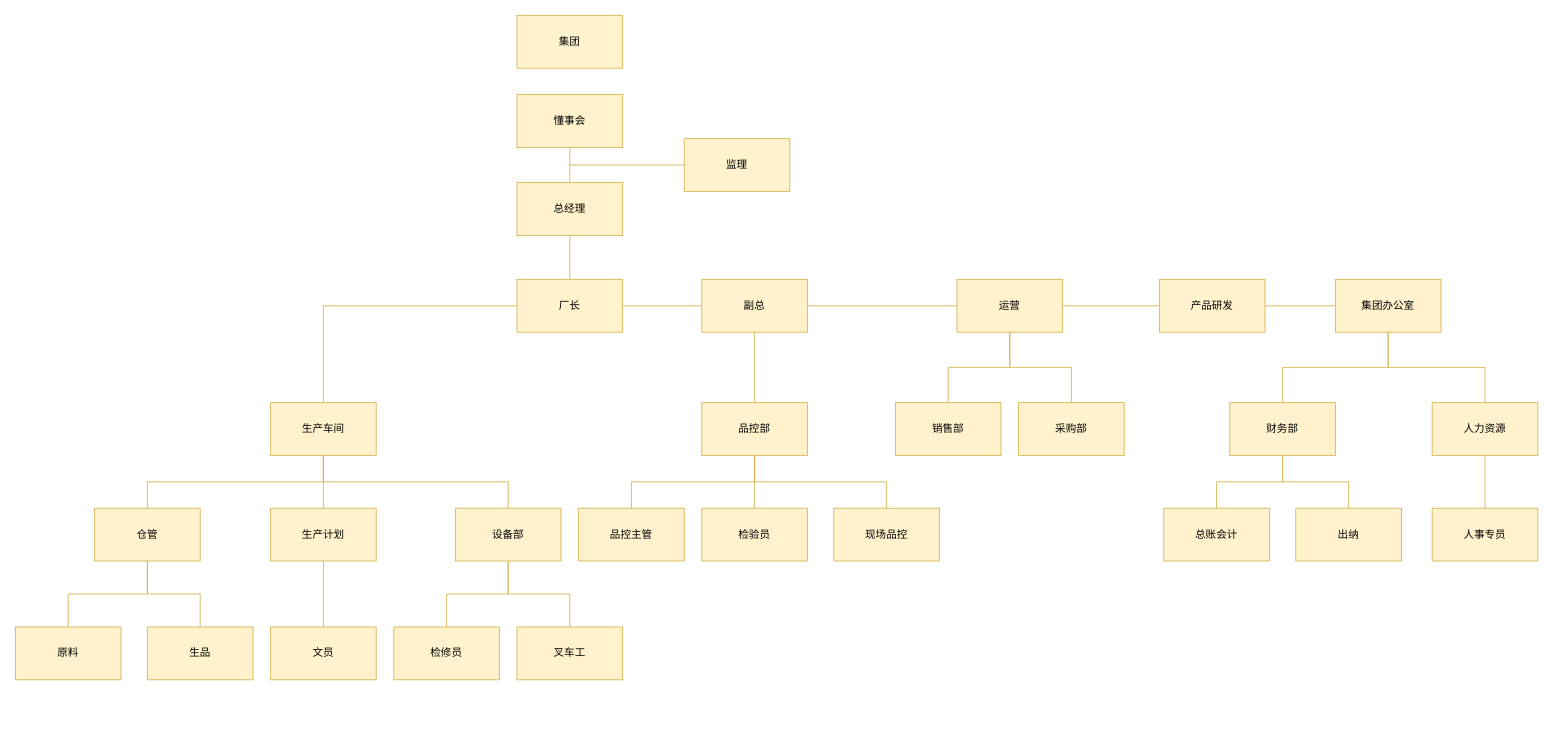
Earlier version of the draw.io diagram 公司架构.drawio (fourdsmart-weather/fourdsmart-weather-airquality). Source tidied: cells renumbered, new cells numbered last; positions are measured from the earlier drawing's top-left corner, leaving out a move shared by most shapes. Both pictures are drawn from the tidied source at 88%, with x=0, y=0 at pixel (15, 15).
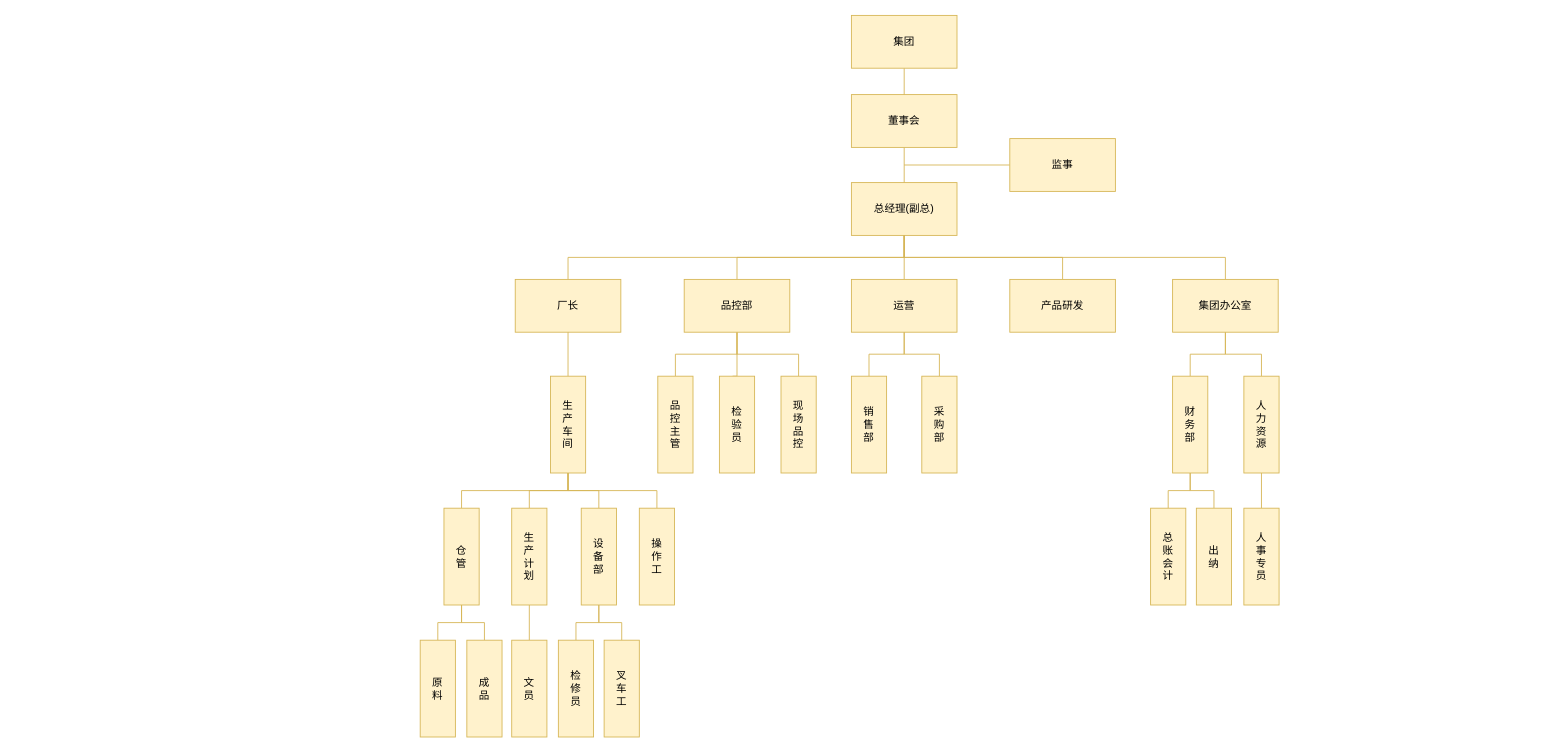
The same diagram, later.

Commit message:
更新公司架构.drawio

The edit, as a diff of the source:
```diff
@@
-    <mxCell id="3" value="总经理" style="rounded=0;whiteSpace=wrap;html=1;fillColor=#fff2cc;strokeColor=#d6b656;" parent="1" vertex="1">
-      <mxGeometry x="570" y="190" width="120" height="60" as="geometry" />
+    <mxCell id="3" value="总经理(副总)" style="rounded=0;whiteSpace=wrap;html=1;fillColor=#fff2cc;strokeColor=#d6b656;" parent="1" vertex="1">
+      <mxGeometry x="950" y="190" width="120" height="60" as="geometry" />
     </mxCell>
-    <mxCell id="4" style="edgeStyle=orthogonalEdgeStyle;rounded=0;jettySize=auto;html=1;fillColor=#fff2cc;strokeColor=#d6b656;endArrow=none;endFill=0;startArrow=none;" parent="1" edge="1" source="57" target="9">
-      <mxGeometry relative="1" as="geometry" />
-    </mxCell>
-    <mxCell id="5" style="edgeStyle=orthogonalEdgeStyle;rounded=0;jettySize=auto;html=1;exitX=0.5;exitY=1;exitDx=0;exitDy=0;entryX=0.5;entryY=0;entryDx=0;entryDy=0;fillColor=#fff2cc;strokeColor=#d6b656;endArrow=none;endFill=0;" parent="1" edge="1" source="57" target="23">
+    <mxCell id="5" style="edgeStyle=orthogonalEdgeStyle;rounded=0;jettySize=auto;html=1;exitX=0.5;exitY=1;exitDx=0;exitDy=0;entryX=0.5;entryY=0;entryDx=0;entryDy=0;fillColor=#fff2cc;strokeColor=#d6b656;endArrow=none;endFill=0;" parent="1" edge="1" source="57" target="46">
       <mxGeometry relative="1" as="geometry" />
     </mxCell>
     <mxCell id="6" value="厂长" style="rounded=0;whiteSpace=wrap;html=1;fillColor=#fff2cc;strokeColor=#d6b656;" parent="1" vertex="1">
-      <mxGeometry x="570" y="300" width="120" height="60" as="geometry" />
+      <mxGeometry x="568" y="300" width="120" height="60" as="geometry" />
     </mxCell>
-    <mxCell id="7" style="edgeStyle=orthogonalEdgeStyle;rounded=0;jettySize=auto;html=1;fillColor=#fff2cc;strokeColor=#d6b656;endArrow=none;endFill=0;" parent="1" edge="1" source="9" target="13">
-      <mxGeometry relative="1" as="geometry" />
-    </mxCell>
@@
+    <mxCell id="58" style="edgeStyle=orthogonalEdgeStyle;rounded=0;jettySize=auto;html=1;exitX=0.5;exitY=0;exitDx=0;exitDy=0;entryX=0.5;entryY=1;entryDx=0;entryDy=0;endArrow=none;endFill=0;fillColor=#fff2cc;strokeColor=#d6b656;" parent="1" edge="1" source="9" target="3">
+      <mxGeometry relative="1" as="geometry" />
+    </mxCell>
     <mxCell id="9" value="运营" style="rounded=0;whiteSpace=wrap;html=1;fillColor=#fff2cc;strokeColor=#d6b656;" parent="1" vertex="1">
-      <mxGeometry x="1070" y="300" width="120" height="60" as="geometry" />
+      <mxGeometry x="950" y="300" width="120" height="60" as="geometry" />
     </mxCell>
@@
-    <mxCell id="11" value="懂事会" style="rounded=0;whiteSpace=wrap;html=1;fillColor=#fff2cc;strokeColor=#d6b656;" parent="1" vertex="1">
-      <mxGeometry x="570" y="90" width="120" height="60" as="geometry" />
+    <mxCell id="11" value="董事会" style="rounded=0;whiteSpace=wrap;html=1;fillColor=#fff2cc;strokeColor=#d6b656;" parent="1" vertex="1">
+      <mxGeometry x="950" y="90" width="120" height="60" as="geometry" />
     </mxCell>
-    <mxCell id="12" style="edgeStyle=orthogonalEdgeStyle;rounded=0;jettySize=auto;html=1;fillColor=#fff2cc;strokeColor=#d6b656;endArrow=none;endFill=0;" parent="1" edge="1" source="13" target="16">
-      <mxGeometry relative="1" as="geometry" />
-    </mxCell>
+    <mxCell id="59" style="edgeStyle=orthogonalEdgeStyle;rounded=0;jettySize=auto;html=1;exitX=0.5;exitY=0;exitDx=0;exitDy=0;entryX=0.5;entryY=1;entryDx=0;entryDy=0;endArrow=none;endFill=0;fillColor=#fff2cc;strokeColor=#d6b656;" parent="1" edge="1" source="13" target="3">
+      <mxGeometry relative="1" as="geometry" />
+    </mxCell>
     <mxCell id="13" value="产品研发" style="rounded=0;whiteSpace=wrap;html=1;fillColor=#fff2cc;strokeColor=#d6b656;" parent="1" vertex="1">
-      <mxGeometry x="1300" y="300" width="120" height="60" as="geometry" />
+      <mxGeometry x="1130" y="300" width="120" height="60" as="geometry" />
     </mxCell>
@@
+    <mxCell id="60" style="edgeStyle=orthogonalEdgeStyle;rounded=0;jettySize=auto;html=1;exitX=0.5;exitY=0;exitDx=0;exitDy=0;endArrow=none;endFill=0;entryX=0.5;entryY=1;entryDx=0;entryDy=0;fillColor=#fff2cc;strokeColor=#d6b656;" parent="1" edge="1" source="16" target="3">
+      <mxGeometry relative="1" as="geometry" />
+    </mxCell>
     <mxCell id="16" value="集团办公室" style="rounded=0;whiteSpace=wrap;html=1;fillColor=#fff2cc;strokeColor=#d6b656;" parent="1" vertex="1">
-      <mxGeometry x="1500" y="300" width="120" height="60" as="geometry" />
+      <mxGeometry x="1315" y="300" width="120" height="60" as="geometry" />
     </mxCell>
-    <mxCell id="17" value="销售部" style="rounded=0;whiteSpace=wrap;html=1;fillColor=#fff2cc;strokeColor=#d6b656;" parent="1" vertex="1">
-      <mxGeometry x="1000" y="440" width="120" height="60" as="geometry" />
+    <mxCell id="17" value="销&lt;br&gt;售&lt;br&gt;部" style="rounded=0;whiteSpace=wrap;html=1;fillColor=#fff2cc;strokeColor=#d6b656;" parent="1" vertex="1">
+      <mxGeometry x="950" y="410" width="40" height="110" as="geometry" />
     </mxCell>
@@
-    <mxCell id="19" value="采购部" style="rounded=0;whiteSpace=wrap;html=1;fillColor=#fff2cc;strokeColor=#d6b656;" parent="1" vertex="1">
-      <mxGeometry x="1140" y="440" width="120" height="60" as="geometry" />
+    <mxCell id="19" value="采&lt;br&gt;购&lt;br&gt;部" style="rounded=0;whiteSpace=wrap;html=1;fillColor=#fff2cc;strokeColor=#d6b656;" parent="1" vertex="1">
+      <mxGeometry x="1030" y="410" width="40" height="110" as="geometry" />
     </mxCell>
-    <mxCell id="20" style="edgeStyle=orthogonalEdgeStyle;rounded=0;jettySize=auto;html=1;exitX=0.5;exitY=1;exitDx=0;exitDy=0;entryX=0.5;entryY=0;entryDx=0;entryDy=0;fillColor=#fff2cc;strokeColor=#d6b656;endArrow=none;endFill=0;" parent="1" edge="1" source="23" target="37">
-      <mxGeometry relative="1" as="geometry" />
-    </mxCell>
-    <mxCell id="21" style="edgeStyle=orthogonalEdgeStyle;rounded=0;jettySize=auto;html=1;exitX=0.5;exitY=1;exitDx=0;exitDy=0;entryX=0.5;entryY=0;entryDx=0;entryDy=0;fillColor=#fff2cc;strokeColor=#d6b656;endArrow=none;endFill=0;" parent="1" edge="1" source="23" target="46">
-      <mxGeometry relative="1" as="geometry" />
+    <mxCell id="21" style="edgeStyle=orthogonalEdgeStyle;rounded=0;jettySize=auto;html=1;exitX=0.5;exitY=1;exitDx=0;exitDy=0;entryX=0.5;entryY=0;entryDx=0;entryDy=0;fillColor=#fff2cc;strokeColor=#d6b656;endArrow=none;endFill=0;" parent="1" edge="1" target="46">
+      <mxGeometry relative="1" as="geometry">
+        <mxPoint x="815" y="410" as="sourcePoint" />
+      </mxGeometry>
     </mxCell>
-    <mxCell id="22" style="edgeStyle=orthogonalEdgeStyle;rounded=0;jettySize=auto;html=1;exitX=0.5;exitY=1;exitDx=0;exitDy=0;entryX=0.5;entryY=0;entryDx=0;entryDy=0;fillColor=#fff2cc;strokeColor=#d6b656;endArrow=none;endFill=0;" parent="1" edge="1" source="23" target="47">
-      <mxGeometry relative="1" as="geometry" />
-    </mxCell>
-    <mxCell id="23" value="品控部" style="rounded=0;whiteSpace=wrap;html=1;fillColor=#fff2cc;strokeColor=#d6b656;" parent="1" vertex="1">
-      <mxGeometry x="780" y="440" width="120" height="60" as="geometry" />
-    </mxCell>
@@
-    <mxCell id="27" style="edgeStyle=orthogonalEdgeStyle;rounded=0;jettySize=auto;html=1;exitX=0.5;exitY=0;exitDx=0;exitDy=0;entryX=0;entryY=0.5;entryDx=0;entryDy=0;endArrow=none;endFill=0;fillColor=#fff2cc;strokeColor=#d6b656;" parent="1" edge="1" source="28" target="6">
+    <mxCell id="27" style="edgeStyle=orthogonalEdgeStyle;rounded=0;jettySize=auto;html=1;exitX=0.5;exitY=0;exitDx=0;exitDy=0;entryX=0.5;entryY=1;entryDx=0;entryDy=0;endArrow=none;endFill=0;fillColor=#fff2cc;strokeColor=#d6b656;" parent="1" edge="1" source="28" target="6">
       <mxGeometry relative="1" as="geometry" />
     </mxCell>
-    <mxCell id="28" value="生产车间" style="rounded=0;whiteSpace=wrap;html=1;fillColor=#fff2cc;strokeColor=#d6b656;" parent="1" vertex="1">
-      <mxGeometry x="290" y="440" width="120" height="60" as="geometry" />
+    <mxCell id="28" value="生&lt;br&gt;产&lt;br&gt;车&lt;br&gt;间" style="rounded=0;whiteSpace=wrap;html=1;fillColor=#fff2cc;strokeColor=#d6b656;" parent="1" vertex="1">
+      <mxGeometry x="608" y="410" width="40" height="110" as="geometry" />
     </mxCell>
@@
-    <mxCell id="31" value="仓管" style="rounded=0;whiteSpace=wrap;html=1;fillColor=#fff2cc;strokeColor=#d6b656;" parent="1" vertex="1">
-      <mxGeometry x="90" y="560" width="120" height="60" as="geometry" />
+    <mxCell id="31" value="仓&lt;br&gt;管" style="rounded=0;whiteSpace=wrap;html=1;fillColor=#fff2cc;strokeColor=#d6b656;" parent="1" vertex="1">
+      <mxGeometry x="487" y="560" width="40" height="110" as="geometry" />
     </mxCell>
@@
-    <mxCell id="33" value="生产计划" style="rounded=0;whiteSpace=wrap;html=1;fillColor=#fff2cc;strokeColor=#d6b656;" parent="1" vertex="1">
-      <mxGeometry x="290" y="560" width="120" height="60" as="geometry" />
+    <mxCell id="33" value="生&lt;br&gt;产&lt;br&gt;计&lt;br&gt;划" style="rounded=0;whiteSpace=wrap;html=1;fillColor=#fff2cc;strokeColor=#d6b656;" parent="1" vertex="1">
+      <mxGeometry x="564" y="560" width="40" height="110" as="geometry" />
     </mxCell>
@@
-    <mxCell id="36" value="设备部" style="rounded=0;whiteSpace=wrap;html=1;fillColor=#fff2cc;strokeColor=#d6b656;" parent="1" vertex="1">
-      <mxGeometry x="500" y="560" width="120" height="60" as="geometry" />
+    <mxCell id="36" value="设&lt;br&gt;备&lt;br&gt;部" style="rounded=0;whiteSpace=wrap;html=1;fillColor=#fff2cc;strokeColor=#d6b656;" parent="1" vertex="1">
+      <mxGeometry x="643" y="560" width="40" height="110" as="geometry" />
     </mxCell>
+    <mxCell id="61" style="edgeStyle=orthogonalEdgeStyle;rounded=0;jettySize=auto;html=1;exitX=0.5;exitY=0;exitDx=0;exitDy=0;entryX=0.5;entryY=1;entryDx=0;entryDy=0;fillColor=#fff2cc;strokeColor=#d6b656;endArrow=none;endFill=0;" parent="1" edge="1" source="37" target="57">
+      <mxGeometry relative="1" as="geometry" />
+    </mxCell>
-    <mxCell id="37" value="品控主管" style="rounded=0;whiteSpace=wrap;html=1;fillColor=#fff2cc;strokeColor=#d6b656;" parent="1" vertex="1">
-      <mxGeometry x="640" y="560" width="120" height="60" as="geometry" />
+    <mxCell id="37" value="品&lt;br&gt;控&lt;br&gt;主&lt;br&gt;管" style="rounded=0;whiteSpace=wrap;html=1;fillColor=#fff2cc;strokeColor=#d6b656;" parent="1" vertex="1">
+      <mxGeometry x="730" y="410" width="40" height="110" as="geometry" />
     </mxCell>
@@
-    <mxCell id="39" value="人力资源" style="rounded=0;whiteSpace=wrap;html=1;fillColor=#fff2cc;strokeColor=#d6b656;" parent="1" vertex="1">
-      <mxGeometry x="1610" y="440" width="120" height="60" as="geometry" />
+    <mxCell id="39" value="人&lt;br&gt;力&lt;br&gt;资&lt;br&gt;源" style="rounded=0;whiteSpace=wrap;html=1;fillColor=#fff2cc;strokeColor=#d6b656;" parent="1" vertex="1">
+      <mxGeometry x="1396" y="410" width="40" height="110" as="geometry" />
     </mxCell>
@@
-    <mxCell id="42" value="财务部" style="rounded=0;whiteSpace=wrap;html=1;fillColor=#fff2cc;strokeColor=#d6b656;" parent="1" vertex="1">
-      <mxGeometry x="1380" y="440" width="120" height="60" as="geometry" />
+    <mxCell id="42" value="财&lt;br&gt;务&lt;br&gt;部" style="rounded=0;whiteSpace=wrap;html=1;fillColor=#fff2cc;strokeColor=#d6b656;" parent="1" vertex="1">
+      <mxGeometry x="1315" y="410" width="40" height="110" as="geometry" />
     </mxCell>
-    <mxCell id="43" value="总账会计" style="rounded=0;whiteSpace=wrap;html=1;fillColor=#fff2cc;strokeColor=#d6b656;" parent="1" vertex="1">
-      <mxGeometry x="1305" y="560" width="120" height="60" as="geometry" />
+    <mxCell id="43" value="总&lt;br&gt;账&lt;br&gt;会&lt;br&gt;计" style="rounded=0;whiteSpace=wrap;html=1;fillColor=#fff2cc;strokeColor=#d6b656;" parent="1" vertex="1">
+      <mxGeometry x="1290" y="560" width="40" height="110" as="geometry" />
     </mxCell>
-    <mxCell id="44" value="出纳" style="rounded=0;whiteSpace=wrap;html=1;fillColor=#fff2cc;strokeColor=#d6b656;" parent="1" vertex="1">
-      <mxGeometry x="1455" y="560" width="120" height="60" as="geometry" />
+    <mxCell id="44" value="出&lt;br&gt;纳" style="rounded=0;whiteSpace=wrap;html=1;fillColor=#fff2cc;strokeColor=#d6b656;" parent="1" vertex="1">
+      <mxGeometry x="1342" y="560" width="40" height="110" as="geometry" />
     </mxCell>
-    <mxCell id="45" value="人事专员" style="rounded=0;whiteSpace=wrap;html=1;fillColor=#fff2cc;strokeColor=#d6b656;" parent="1" vertex="1">
-      <mxGeometry x="1610" y="560" width="120" height="60" as="geometry" />
+    <mxCell id="45" value="人&lt;br&gt;事&lt;br&gt;专&lt;br&gt;员" style="rounded=0;whiteSpace=wrap;html=1;fillColor=#fff2cc;strokeColor=#d6b656;" parent="1" vertex="1">
+      <mxGeometry x="1396" y="560" width="40" height="110" as="geometry" />
     </mxCell>
-    <mxCell id="46" value="检验员" style="rounded=0;whiteSpace=wrap;html=1;fillColor=#fff2cc;strokeColor=#d6b656;" parent="1" vertex="1">
-      <mxGeometry x="780" y="560" width="120" height="60" as="geometry" />
+    <mxCell id="46" value="检&lt;br&gt;验&lt;br&gt;员" style="rounded=0;whiteSpace=wrap;html=1;fillColor=#fff2cc;strokeColor=#d6b656;" parent="1" vertex="1">
+      <mxGeometry x="800" y="410" width="40" height="110" as="geometry" />
     </mxCell>
+    <mxCell id="62" style="edgeStyle=orthogonalEdgeStyle;rounded=0;jettySize=auto;html=1;exitX=0.5;exitY=0;exitDx=0;exitDy=0;entryX=0.5;entryY=1;entryDx=0;entryDy=0;fillColor=#fff2cc;strokeColor=#d6b656;endArrow=none;endFill=0;" parent="1" edge="1" source="47" target="57">
+      <mxGeometry relative="1" as="geometry" />
+    </mxCell>
-    <mxCell id="47" value="现场品控" style="rounded=0;whiteSpace=wrap;html=1;fillColor=#fff2cc;strokeColor=#d6b656;" parent="1" vertex="1">
-      <mxGeometry x="930" y="560" width="120" height="60" as="geometry" />
+    <mxCell id="47" value="现&lt;br&gt;场&lt;br&gt;品&lt;br&gt;控" style="rounded=0;whiteSpace=wrap;html=1;fillColor=#fff2cc;strokeColor=#d6b656;" parent="1" vertex="1">
+      <mxGeometry x="870" y="410" width="40" height="110" as="geometry" />
     </mxCell>
-    <mxCell id="48" value="原料" style="rounded=0;whiteSpace=wrap;html=1;fillColor=#fff2cc;strokeColor=#d6b656;" parent="1" vertex="1">
-      <mxGeometry y="695" width="120" height="60" as="geometry" />
+    <mxCell id="48" value="原&lt;br&gt;料" style="rounded=0;whiteSpace=wrap;html=1;fillColor=#fff2cc;strokeColor=#d6b656;align=center;verticalAlign=middle;" parent="1" vertex="1">
+      <mxGeometry x="460" y="710" width="40" height="110" as="geometry" />
     </mxCell>
-    <mxCell id="49" value="生品" style="rounded=0;whiteSpace=wrap;html=1;fillColor=#fff2cc;strokeColor=#d6b656;" parent="1" vertex="1">
-      <mxGeometry x="150" y="695" width="120" height="60" as="geometry" />
+    <mxCell id="49" value="成&lt;br&gt;品" style="rounded=0;whiteSpace=wrap;html=1;fillColor=#fff2cc;strokeColor=#d6b656;align=center;verticalAlign=middle;" parent="1" vertex="1">
+      <mxGeometry x="513" y="710" width="40" height="110" as="geometry" />
     </mxCell>
-    <mxCell id="50" value="文员" style="rounded=0;whiteSpace=wrap;html=1;fillColor=#fff2cc;strokeColor=#d6b656;" parent="1" vertex="1">
-      <mxGeometry x="290" y="695" width="120" height="60" as="geometry" />
+    <mxCell id="50" value="文&lt;br&gt;员" style="rounded=0;whiteSpace=wrap;html=1;fillColor=#fff2cc;strokeColor=#d6b656;align=center;verticalAlign=middle;" parent="1" vertex="1">
+      <mxGeometry x="564" y="710" width="40" height="110" as="geometry" />
     </mxCell>
-    <mxCell id="51" value="检修员" style="rounded=0;whiteSpace=wrap;html=1;fillColor=#fff2cc;strokeColor=#d6b656;" parent="1" vertex="1">
-      <mxGeometry x="430" y="695" width="120" height="60" as="geometry" />
+    <mxCell id="51" value="检&lt;br&gt;修&lt;br&gt;员" style="rounded=0;whiteSpace=wrap;html=1;fillColor=#fff2cc;strokeColor=#d6b656;align=center;verticalAlign=middle;" parent="1" vertex="1">
+      <mxGeometry x="617" y="710" width="40" height="110" as="geometry" />
     </mxCell>
-    <mxCell id="52" value="叉车工" style="rounded=0;whiteSpace=wrap;html=1;fillColor=#fff2cc;strokeColor=#d6b656;" parent="1" vertex="1">
-      <mxGeometry x="570" y="695" width="120" height="60" as="geometry" />
+    <mxCell id="52" value="叉&lt;br&gt;车&lt;br&gt;工" style="rounded=0;whiteSpace=wrap;html=1;fillColor=#fff2cc;strokeColor=#d6b656;align=center;verticalAlign=middle;" parent="1" vertex="1">
+      <mxGeometry x="669" y="710" width="40" height="110" as="geometry" />
     </mxCell>
+    <mxCell id="63" style="edgeStyle=orthogonalEdgeStyle;rounded=0;jettySize=auto;html=1;exitX=0.5;exitY=1;exitDx=0;exitDy=0;entryX=0.5;entryY=0;entryDx=0;entryDy=0;endArrow=none;endFill=0;fillColor=#fff2cc;strokeColor=#d6b656;" parent="1" edge="1" source="53" target="11">
+      <mxGeometry relative="1" as="geometry" />
+    </mxCell>
     <mxCell id="53" value="集团" style="rounded=0;whiteSpace=wrap;html=1;fillColor=#fff2cc;strokeColor=#d6b656;" parent="1" vertex="1">
-      <mxGeometry x="570" width="120" height="60" as="geometry" />
+      <mxGeometry x="950" width="120" height="60" as="geometry" />
     </mxCell>
     <mxCell id="54" style="edgeStyle=none;rounded=0;jettySize=auto;html=1;exitX=0;exitY=0.5;exitDx=0;exitDy=0;endArrow=none;endFill=0;fillColor=#fff2cc;strokeColor=#d6b656;" parent="1" edge="1" source="55">
       <mxGeometry relative="1" as="geometry">
-        <mxPoint x="630" y="170" as="targetPoint" />
+        <mxPoint x="1010" y="170" as="targetPoint" />
       </mxGeometry>
     </mxCell>
-    <mxCell id="55" value="监理" style="rounded=0;whiteSpace=wrap;html=1;fillColor=#fff2cc;strokeColor=#d6b656;" parent="1" vertex="1">
-      <mxGeometry x="760" y="140" width="120" height="60" as="geometry" />
+    <mxCell id="55" value="监事" style="rounded=0;whiteSpace=wrap;html=1;fillColor=#fff2cc;strokeColor=#d6b656;" parent="1" vertex="1">
+      <mxGeometry x="1130" y="140" width="120" height="60" as="geometry" />
     </mxCell>
-    <mxCell id="56" style="edgeStyle=orthogonalEdgeStyle;rounded=0;jettySize=auto;html=1;fillColor=#fff2cc;strokeColor=#d6b656;endArrow=none;endFill=0;" parent="1" edge="1" source="6" target="57">
-      <mxGeometry relative="1" as="geometry" />
-    </mxCell>
+    <mxCell id="64" style="edgeStyle=orthogonalEdgeStyle;rounded=0;jettySize=auto;html=1;exitX=0.5;exitY=0;exitDx=0;exitDy=0;fillColor=#fff2cc;strokeColor=#d6b656;endArrow=none;endFill=0;" parent="1" edge="1" source="57" target="3">
+      <mxGeometry relative="1" as="geometry" />
+    </mxCell>
-    <mxCell id="57" value="副总" style="rounded=0;whiteSpace=wrap;html=1;fillColor=#fff2cc;strokeColor=#d6b656;" parent="1" vertex="1">
-      <mxGeometry x="780" y="300" width="120" height="60" as="geometry" />
+    <mxCell id="57" value="品控部" style="rounded=0;whiteSpace=wrap;html=1;fillColor=#fff2cc;strokeColor=#d6b656;" parent="1" vertex="1">
+      <mxGeometry x="760" y="300" width="120" height="60" as="geometry" />
     </mxCell>
+    <mxCell id="65" style="edgeStyle=orthogonalEdgeStyle;rounded=0;jettySize=auto;html=1;exitX=0.5;exitY=0;exitDx=0;exitDy=0;entryX=0.5;entryY=1;entryDx=0;entryDy=0;endArrow=none;endFill=0;fillColor=#fff2cc;strokeColor=#d6b656;" parent="1" edge="1" source="66" target="28">
+      <mxGeometry relative="1" as="geometry" />
+    </mxCell>
+    <mxCell id="66" value="操&lt;br&gt;作&lt;br&gt;工" style="rounded=0;whiteSpace=wrap;html=1;fillColor=#fff2cc;strokeColor=#d6b656;" parent="1" vertex="1">
+      <mxGeometry x="709" y="560" width="40" height="110" as="geometry" />
+    </mxCell>
```
